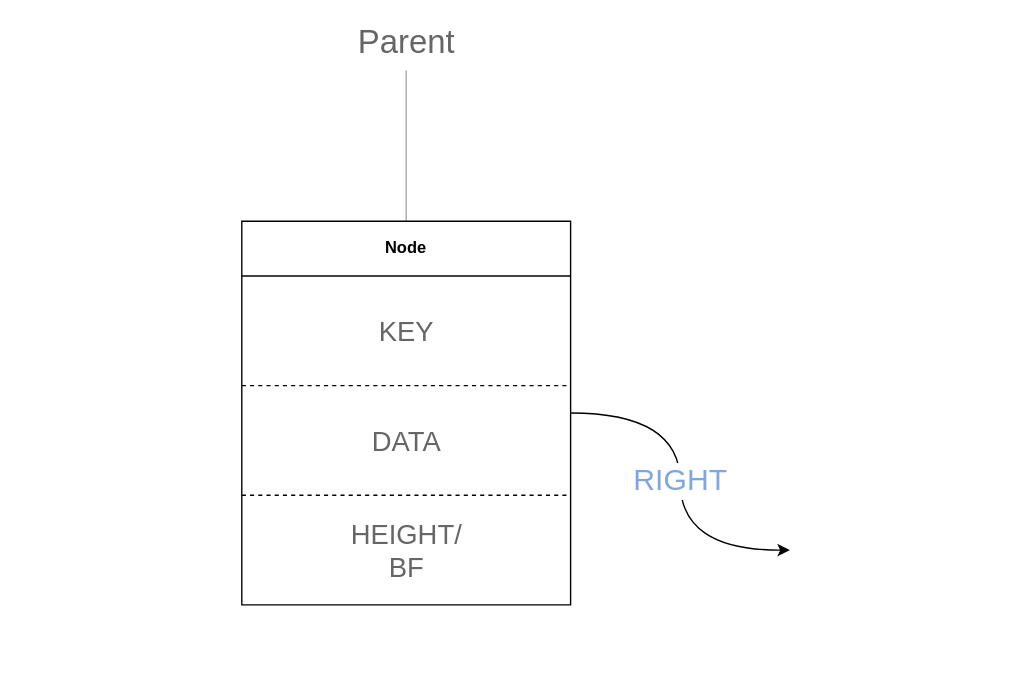
The draw.io diagram ForestArtPy/NodeAVLTree.drawio in Kiwiabacaxi/Python_Canopy, before the edit. Source tidied: cells renumbered, new cells numbered last; positions are measured from the earlier drawing's top-left corner, leaving out a move shared by most shapes. Both pictures are drawn from the tidied source at 137%, with x=0, y=0 at pixel (241, 70).
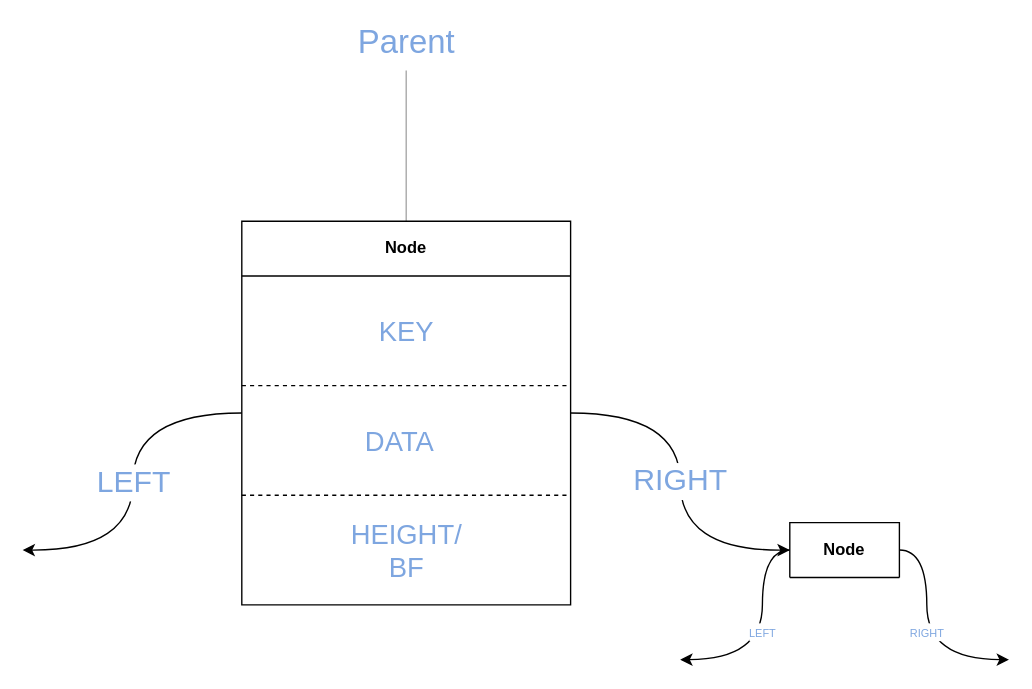
The same diagram, later.

The change refers to these unchanged cells:
```xml
<mxCell id="4" value="Node" style="swimlane;whiteSpace=wrap;html=1;startSize=40;" parent="1" vertex="1">
  <mxGeometry y="110" width="240" height="280" as="geometry" />
</mxCell>
```

What changed in the source:
```diff
@@
-    <mxCell id="2" value="&lt;font style=&quot;font-size: 24px;&quot; color=&quot;#666666&quot;&gt;Parent&lt;/font&gt;" style="edgeStyle=orthogonalEdgeStyle;rounded=0;jettySize=auto;html=1;endArrow=none;endFill=0;startSize=8;endSize=8;strokeColor=#A6A6A6;" parent="1" edge="1" source="4">
+    <mxCell id="2" value="&lt;font style=&quot;font-size: 24px;&quot; color=&quot;#7ea6e0&quot;&gt;Parent&lt;/font&gt;" style="edgeStyle=orthogonalEdgeStyle;rounded=0;jettySize=auto;html=1;endArrow=none;endFill=0;startSize=8;endSize=8;strokeColor=#A6A6A6;" parent="1" edge="1" source="4">
       <mxGeometry x="1" y="20" relative="1" as="geometry">
         <mxPoint x="120" as="targetPoint" />
         <mxPoint x="20" y="-20" as="offset" />
       </mxGeometry>
     </mxCell>
@@
+    <mxCell id="10" value="&lt;font style=&quot;font-size: 22px;&quot; color=&quot;#7ea6e0&quot;&gt;LEFT&lt;/font&gt;" style="edgeStyle=orthogonalEdgeStyle;rounded=0;jettySize=auto;html=1;exitX=0;exitY=0.5;exitDx=0;exitDy=0;curved=1;" parent="1" edge="1" source="4">
+      <mxGeometry relative="1" as="geometry">
+        <mxPoint x="-160" y="350" as="targetPoint" />
+      </mxGeometry>
+    </mxCell>
@@
-    <mxCell id="6" value="&lt;div style=&quot;font-size: 20px;&quot;&gt;KEY&lt;/div&gt;" style="text;html=1;align=center;verticalAlign=middle;strokeColor=none;fillColor=none;fontSize=20;fontColor=#666666;" parent="4" vertex="1">
+    <mxCell id="6" value="&lt;div style=&quot;font-size: 20px;&quot;&gt;KEY&lt;/div&gt;" style="text;html=1;align=center;verticalAlign=middle;strokeColor=none;fillColor=none;fontSize=20;fontColor=#7EA6E0;" parent="4" vertex="1">
       <mxGeometry x="90" y="60" width="60" height="40" as="geometry" />
     </mxCell>
-    <mxCell id="7" value="&lt;div style=&quot;font-size: 20px;&quot;&gt;HEIGHT/&lt;/div&gt;&lt;div style=&quot;font-size: 20px;&quot;&gt;BF&lt;br style=&quot;font-size: 20px;&quot;&gt;&lt;/div&gt;" style="text;html=1;align=center;verticalAlign=middle;strokeColor=none;fillColor=none;fontSize=20;fontColor=#666666;" parent="4" vertex="1">
+    <mxCell id="7" value="&lt;div style=&quot;font-size: 20px;&quot;&gt;HEIGHT/&lt;/div&gt;&lt;div style=&quot;font-size: 20px;&quot;&gt;BF&lt;br style=&quot;font-size: 20px;&quot;&gt;&lt;/div&gt;" style="text;html=1;align=center;verticalAlign=middle;strokeColor=none;fillColor=none;fontSize=20;fontColor=#7EA6E0;" parent="4" vertex="1">
       <mxGeometry x="70" y="210" width="100" height="60" as="geometry" />
     </mxCell>
+    <mxCell id="9" value="DATA" style="text;html=1;align=center;verticalAlign=middle;strokeColor=none;fillColor=none;fontSize=20;fontColor=#7EA6E0;" parent="4" vertex="1">
+      <mxGeometry x="80" y="140" width="70" height="40" as="geometry" />
+    </mxCell>
-    <mxCell id="8" style="endArrow=none;dashed=1;html=1;rounded=0;" parent="1" edge="1">
+    <mxCell id="8" style="endArrow=none;dashed=1;html=1;rounded=0;" parent="4" edge="1">
       <mxGeometry relative="1" as="geometry">
-        <mxPoint y="310" as="sourcePoint" />
-        <mxPoint x="240" y="310" as="targetPoint" />
+        <mxPoint y="200" as="sourcePoint" />
+        <mxPoint x="240" y="200" as="targetPoint" />
       </mxGeometry>
     </mxCell>
-    <mxCell id="9" value="DATA" style="text;html=1;align=center;verticalAlign=middle;strokeColor=none;fillColor=none;fontSize=20;fontColor=#666666;" parent="1" vertex="1">
-      <mxGeometry x="85" y="250" width="70" height="40" as="geometry" />
-    </mxCell>
+    <mxCell id="11" value="&lt;font style=&quot;font-size: 8px;&quot; color=&quot;#7ea6e0&quot;&gt;RIGHT&lt;/font&gt;" style="rounded=0;jettySize=auto;html=1;exitX=1;exitY=0.5;exitDx=0;exitDy=0;edgeStyle=orthogonalEdgeStyle;elbow=vertical;curved=1;" parent="1" edge="1" source="13">
+      <mxGeometry relative="1" as="geometry">
+        <mxPoint x="560" y="430" as="targetPoint" />
+        <Array as="points">
+          <mxPoint x="500" y="350" />
+          <mxPoint x="500" y="430" />
+        </Array>
+      </mxGeometry>
+    </mxCell>
+    <mxCell id="12" value="&lt;font style=&quot;font-size: 8px;&quot; color=&quot;#7ea6e0&quot;&gt;LEFT&lt;/font&gt;" style="edgeStyle=orthogonalEdgeStyle;rounded=0;jettySize=auto;html=1;exitX=0;exitY=0.5;exitDx=0;exitDy=0;curved=1;" parent="1" edge="1" source="13">
+      <mxGeometry relative="1" as="geometry">
+        <mxPoint x="320" y="430" as="targetPoint" />
+        <Array as="points">
+          <mxPoint x="380" y="350" />
+          <mxPoint x="380" y="430" />
+        </Array>
+      </mxGeometry>
+    </mxCell>
+    <mxCell id="13" value="Node" style="swimlane;whiteSpace=wrap;html=1;startSize=40;" parent="1" vertex="1" collapsed="1">
+      <mxGeometry x="400" y="330" width="80" height="40" as="geometry" />
+    </mxCell>
```
